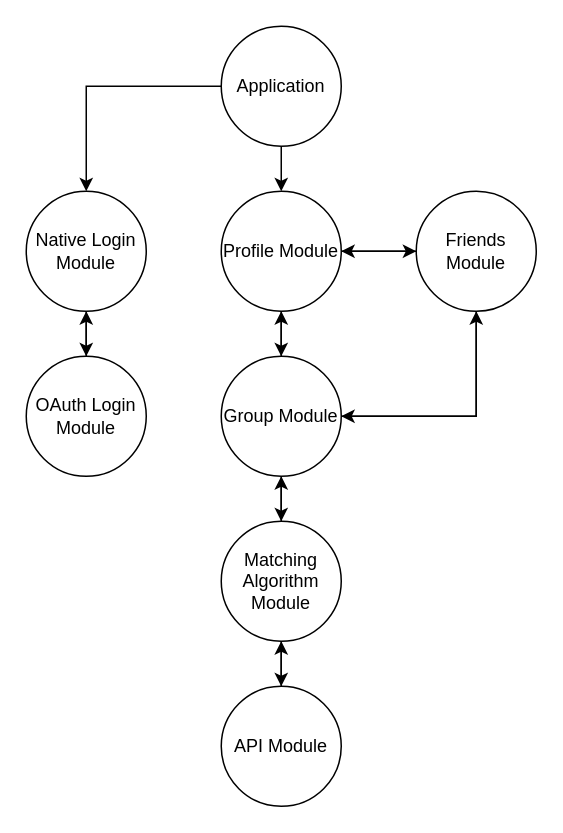
The draw.io diagram docs/Design/SoftArchitecture/UsesHierarchy.drawio in Flick-Picker/full-stack, before the edit. Source tidied: cells renumbered, new cells numbered last; positions are measured from the earlier drawing's top-left corner, leaving out a move shared by most shapes. Both pictures are drawn from the tidied source at 150%, with x=0, y=0 at pixel (26, 26).
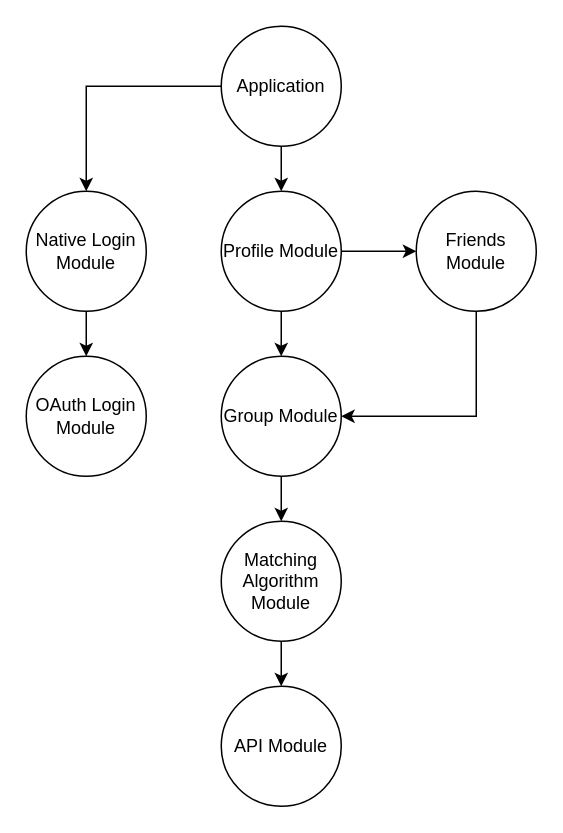
After the change.

Unchanged cells that the change refers to:
```xml
<mxCell id="6" value="Native Login Module" style="ellipse;whiteSpace=wrap;html=1;" parent="1" vertex="1">
  <mxGeometry y="110" width="80" height="80" as="geometry" />
</mxCell>
<mxCell id="8" value="OAuth Login Module" style="ellipse;whiteSpace=wrap;html=1;" parent="1" vertex="1">
  <mxGeometry y="220" width="80" height="80" as="geometry" />
</mxCell>
<mxCell id="11" value="Profile Module" style="ellipse;whiteSpace=wrap;html=1;" parent="1" vertex="1">
  <mxGeometry x="130" y="110" width="80" height="80" as="geometry" />
</mxCell>
<mxCell id="14" value="Friends Module" style="ellipse;whiteSpace=wrap;html=1;" parent="1" vertex="1">
  <mxGeometry x="260" y="110" width="80" height="80" as="geometry" />
</mxCell>
<mxCell id="18" value="Group Module" style="ellipse;whiteSpace=wrap;html=1;" parent="1" vertex="1">
  <mxGeometry x="130" y="220" width="80" height="80" as="geometry" />
</mxCell>
<mxCell id="21" value="Matching Algorithm Module" style="ellipse;whiteSpace=wrap;html=1;" parent="1" vertex="1">
  <mxGeometry x="130" y="330" width="80" height="80" as="geometry" />
</mxCell>
<mxCell id="23" value="API Module" style="ellipse;whiteSpace=wrap;html=1;" parent="1" vertex="1">
  <mxGeometry x="130" y="440" width="80" height="80" as="geometry" />
</mxCell>
```

Diff of the diagram source:
```diff
@@
-    <mxCell id="7" style="edgeStyle=orthogonalEdgeStyle;rounded=0;jettySize=auto;html=1;exitX=0.5;exitY=0;exitDx=0;exitDy=0;entryX=0.5;entryY=1;entryDx=0;entryDy=0;" parent="1" edge="1" source="8" target="6">
-      <mxGeometry relative="1" as="geometry" />
-    </mxCell>
@@
-    <mxCell id="12" style="edgeStyle=orthogonalEdgeStyle;rounded=0;jettySize=auto;html=1;exitX=0;exitY=0.5;exitDx=0;exitDy=0;entryX=1;entryY=0.5;entryDx=0;entryDy=0;" parent="1" edge="1" source="14" target="11">
-      <mxGeometry relative="1" as="geometry" />
-    </mxCell>
@@
-    <mxCell id="15" style="edgeStyle=orthogonalEdgeStyle;rounded=0;jettySize=auto;html=1;exitX=0.5;exitY=0;exitDx=0;exitDy=0;entryX=0.5;entryY=1;entryDx=0;entryDy=0;" parent="1" edge="1" source="18" target="11">
-      <mxGeometry relative="1" as="geometry" />
-    </mxCell>
-    <mxCell id="16" style="edgeStyle=orthogonalEdgeStyle;rounded=0;jettySize=auto;html=1;exitX=1;exitY=0.5;exitDx=0;exitDy=0;entryX=0.5;entryY=1;entryDx=0;entryDy=0;" parent="1" edge="1" source="18" target="14">
-      <mxGeometry relative="1" as="geometry" />
-    </mxCell>
@@
-    <mxCell id="19" style="edgeStyle=orthogonalEdgeStyle;rounded=0;jettySize=auto;html=1;exitX=0.5;exitY=0;exitDx=0;exitDy=0;entryX=0.5;entryY=1;entryDx=0;entryDy=0;" parent="1" edge="1" source="21" target="18">
-      <mxGeometry relative="1" as="geometry" />
-    </mxCell>
@@
-    <mxCell id="22" style="edgeStyle=orthogonalEdgeStyle;rounded=0;jettySize=auto;html=1;exitX=0.5;exitY=0;exitDx=0;exitDy=0;entryX=0.5;entryY=1;entryDx=0;entryDy=0;" parent="1" edge="1" source="23" target="21">
-      <mxGeometry relative="1" as="geometry" />
-    </mxCell>
```
